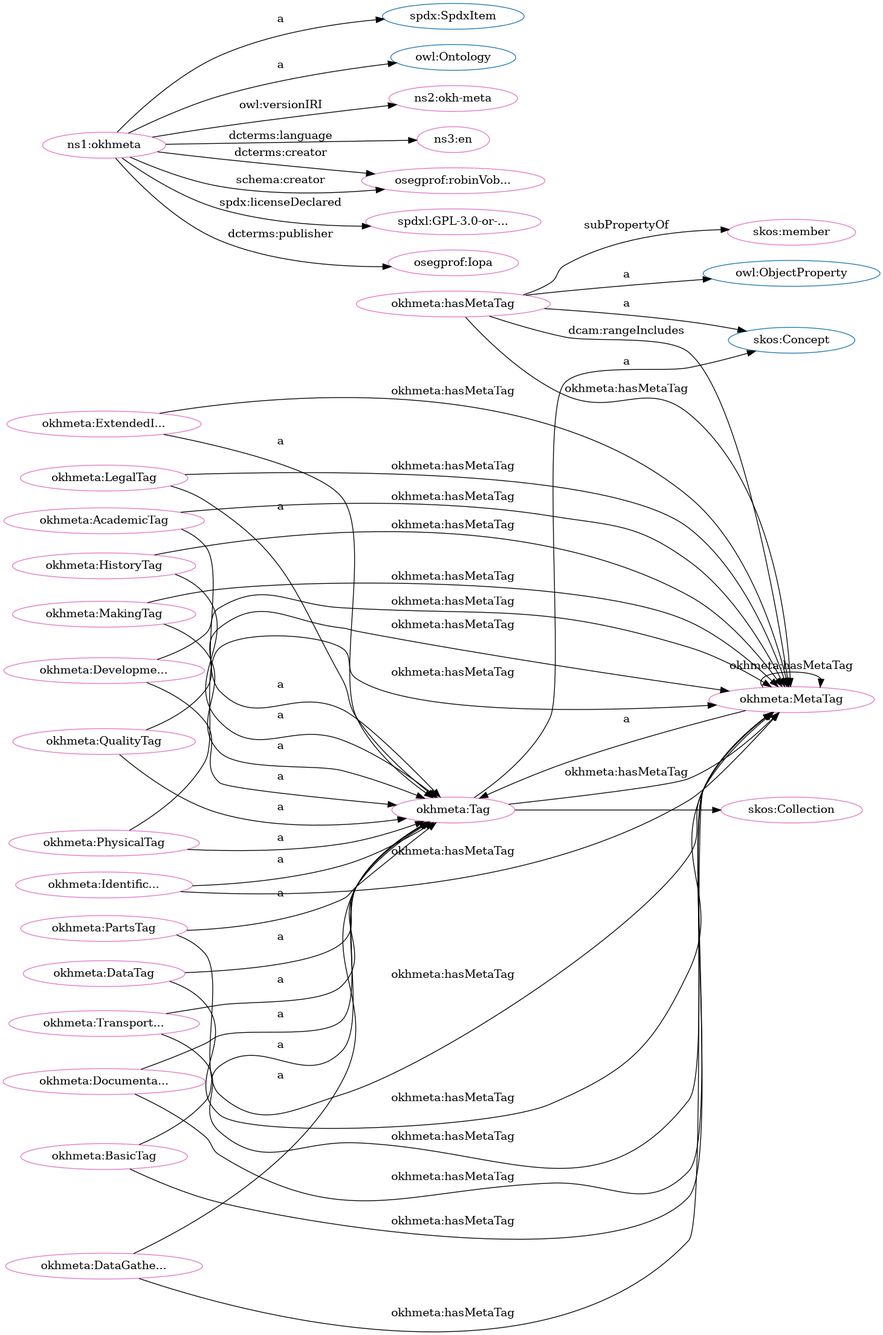
iop-alliance/OpenKnowHow keeps this Graphviz diagram as src/spec/dot_okh-meta.png. Above is the earlier version. Its source is kept beside it as src/spec/dot_okh-meta.dot.
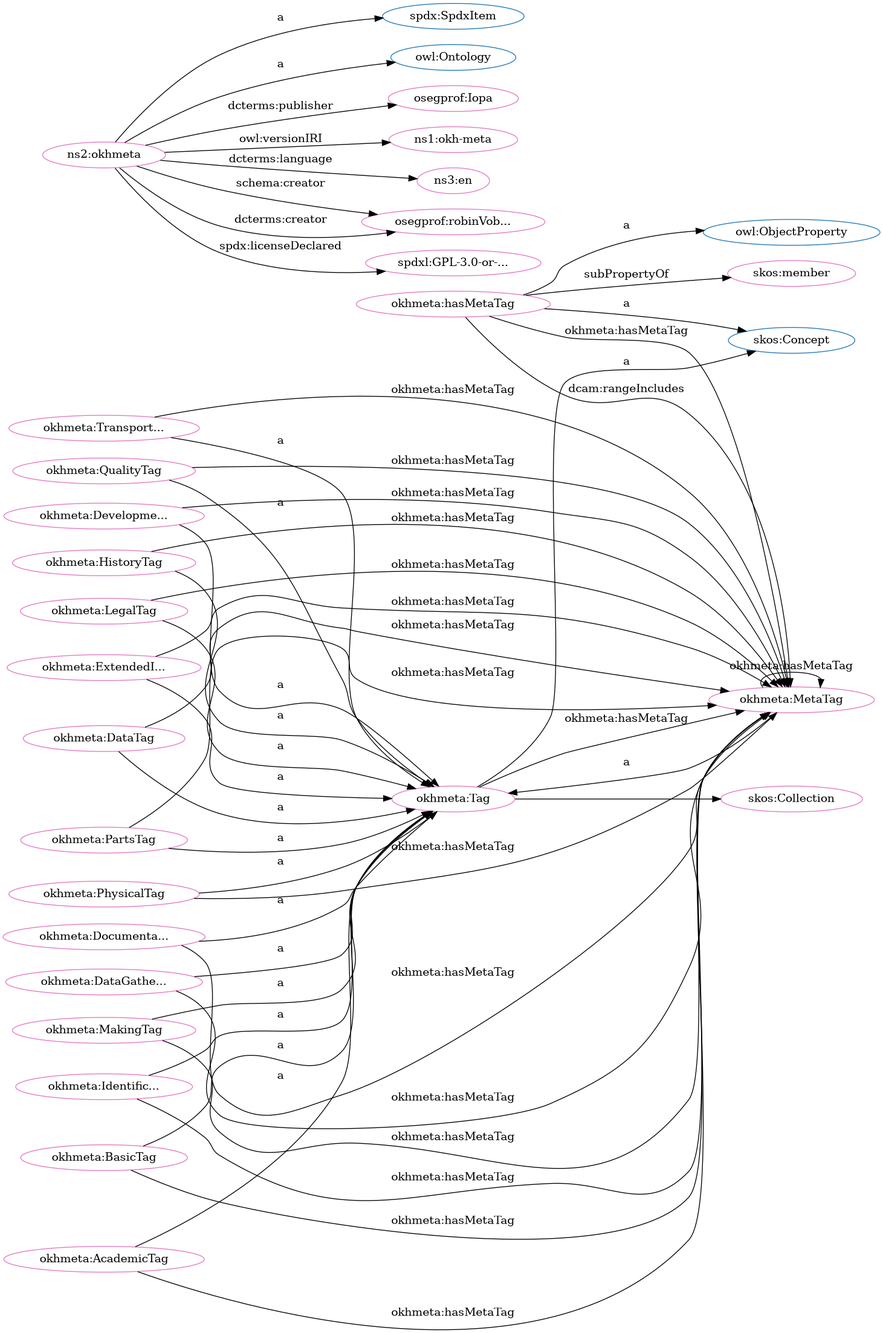
The same file after the commit.

Diff of the diagram source:
```diff
@@ -1,84 +1,84 @@
 digraph G {
   rankdir=BT
   node[height=.3]
-"http://www.w3.org/2004/02/skos/core#Concept" [fillcolor="#1f77b4" color="#1f77b4" label="skos:Concept"]
 "http://w3id.org/oseg/ont/okhmeta#Tag" [fillcolor="#1f77b4" color="#1f77b4" label="okhmeta:Tag"]
 "http://spdx.org/rdf/terms#SpdxItem" [fillcolor="#1f77b4" color="#1f77b4" label="spdx:SpdxItem"]
 "http://www.w3.org/2002/07/owl#Ontology" [fillcolor="#1f77b4" color="#1f77b4" label="owl:Ontology"]
 "http://www.w3.org/2002/07/owl#ObjectProperty" [fillcolor="#1f77b4" color="#1f77b4" label="owl:ObjectProperty"]
 "http://www.w3.org/2004/02/skos/core#Collection" [fillcolor="#1f77b4" color="#1f77b4" label="skos:Collection"]
-"http://w3id.org/oseg/ont/okhmeta" [fillcolor="#e377c2" color="#e377c2" label="ns1:okhmeta"]
-"http://w3id.org/oseg/ont/1.1.0/okh-meta" [fillcolor="#e377c2" color="#e377c2" label="ns2:okh-meta"]
+"http://www.w3.org/2004/02/skos/core#Concept" [fillcolor="#1f77b4" color="#1f77b4" label="skos:Concept"]
+"http://w3id.org/oseg/ont/okhmeta#LegalTag" [fillcolor="#e377c2" color="#e377c2" label="okhmeta:LegalTag"]
+"http://w3id.org/oseg/ont/oseg-profiles#Iopa" [fillcolor="#e377c2" color="#e377c2" label="osegprof:Iopa"]
+"http://w3id.org/oseg/ont/okhmeta#MetaTag" [fillcolor="#e377c2" color="#e377c2" label="okhmeta:MetaTag"]
+"http://w3id.org/oseg/ont/1.1.0/okh-meta" [fillcolor="#e377c2" color="#e377c2" label="ns1:okh-meta"]
+"http://w3id.org/oseg/ont/okhmeta#IdentificationTag" [fillcolor="#e377c2" color="#e377c2" label="okhmeta:Identific..."]
+"http://w3id.org/oseg/ont/okhmeta#TransportationTag" [fillcolor="#e377c2" color="#e377c2" label="okhmeta:Transport..."]
+"http://w3id.org/oseg/ont/okhmeta" [fillcolor="#e377c2" color="#e377c2" label="ns2:okhmeta"]
+"http://id.loc.gov/vocabulary/iso639-1/en" [fillcolor="#e377c2" color="#e377c2" label="ns3:en"]
+"http://w3id.org/oseg/ont/okhmeta#DocumentationTag" [fillcolor="#e377c2" color="#e377c2" label="okhmeta:Documenta..."]
+"http://www.w3.org/2004/02/skos/core#member" [fillcolor="#e377c2" color="#e377c2" label="skos:member"]
+"http://w3id.org/oseg/ont/okhmeta#MakingTag" [fillcolor="#e377c2" color="#e377c2" label="okhmeta:MakingTag"]
+"http://w3id.org/oseg/ont/okhmeta#QualityTag" [fillcolor="#e377c2" color="#e377c2" label="okhmeta:QualityTag"]
+"http://w3id.org/oseg/ont/okhmeta#DevelopmentTag" [fillcolor="#e377c2" color="#e377c2" label="okhmeta:Developme..."]
 "http://w3id.org/oseg/ont/okhmeta#Tag" [fillcolor="#e377c2" color="#e377c2" label="okhmeta:Tag"]
-"http://w3id.org/oseg/ont/okhmeta#MetaTag" [fillcolor="#e377c2" color="#e377c2" label="okhmeta:MetaTag"]
+"http://www.w3.org/2004/02/skos/core#Collection" [fillcolor="#e377c2" color="#e377c2" label="skos:Collection"]
+"http://w3id.org/oseg/ont/okhmeta#PhysicalTag" [fillcolor="#e377c2" color="#e377c2" label="okhmeta:PhysicalTag"]
+"http://w3id.org/oseg/ont/okhmeta#AcademicTag" [fillcolor="#e377c2" color="#e377c2" label="okhmeta:AcademicTag"]
+"http://w3id.org/oseg/ont/oseg-profiles#robinVobruba" [fillcolor="#e377c2" color="#e377c2" label="osegprof:robinVob..."]
+"http://w3id.org/oseg/ont/okhmeta#DataTag" [fillcolor="#e377c2" color="#e377c2" label="okhmeta:DataTag"]
 "http://w3id.org/oseg/ont/okhmeta#hasMetaTag" [fillcolor="#e377c2" color="#e377c2" label="okhmeta:hasMetaTag"]
-"http://w3id.org/oseg/ont/okhmeta#DataTag" [fillcolor="#e377c2" color="#e377c2" label="okhmeta:DataTag"]
-"http://www.w3.org/2004/02/skos/core#member" [fillcolor="#e377c2" color="#e377c2" label="skos:member"]
-"http://id.loc.gov/vocabulary/iso639-1/en" [fillcolor="#e377c2" color="#e377c2" label="ns3:en"]
-"http://w3id.org/oseg/ont/okhmeta#AcademicTag" [fillcolor="#e377c2" color="#e377c2" label="okhmeta:AcademicTag"]
+"http://w3id.org/oseg/ont/okhmeta#BasicTag" [fillcolor="#e377c2" color="#e377c2" label="okhmeta:BasicTag"]
+"http://w3id.org/oseg/ont/okhmeta#PartsTag" [fillcolor="#e377c2" color="#e377c2" label="okhmeta:PartsTag"]
+"http://w3id.org/oseg/ont/okhmeta#DataGatheringTag" [fillcolor="#e377c2" color="#e377c2" label="okhmeta:DataGathe..."]
 "http://w3id.org/oseg/ont/okhmeta#ExtendedInfoTag" [fillcolor="#e377c2" color="#e377c2" label="okhmeta:ExtendedI..."]
-"http://w3id.org/oseg/ont/oseg-profiles#robinVobruba" [fillcolor="#e377c2" color="#e377c2" label="osegprof:robinVob..."]
-"http://w3id.org/oseg/ont/okhmeta#PartsTag" [fillcolor="#e377c2" color="#e377c2" label="okhmeta:PartsTag"]
-"http://w3id.org/oseg/ont/okhmeta#DevelopmentTag" [fillcolor="#e377c2" color="#e377c2" label="okhmeta:Developme..."]
-"http://w3id.org/oseg/ont/okhmeta#LegalTag" [fillcolor="#e377c2" color="#e377c2" label="okhmeta:LegalTag"]
-"http://w3id.org/oseg/ont/okhmeta#BasicTag" [fillcolor="#e377c2" color="#e377c2" label="okhmeta:BasicTag"]
+"http://w3id.org/oseg/ont/okhmeta#HistoryTag" [fillcolor="#e377c2" color="#e377c2" label="okhmeta:HistoryTag"]
 "http://spdx.org/licenses/GPL-3.0-or-later" [fillcolor="#e377c2" color="#e377c2" label="spdxl:GPL-3.0-or-..."]
-"http://w3id.org/oseg/ont/okhmeta#IdentificationTag" [fillcolor="#e377c2" color="#e377c2" label="okhmeta:Identific..."]
-"http://w3id.org/oseg/ont/okhmeta#DataGatheringTag" [fillcolor="#e377c2" color="#e377c2" label="okhmeta:DataGathe..."]
-"http://w3id.org/oseg/ont/okhmeta#QualityTag" [fillcolor="#e377c2" color="#e377c2" label="okhmeta:QualityTag"]
-"http://w3id.org/oseg/ont/okhmeta#DocumentationTag" [fillcolor="#e377c2" color="#e377c2" label="okhmeta:Documenta..."]
-"http://w3id.org/oseg/ont/okhmeta#PhysicalTag" [fillcolor="#e377c2" color="#e377c2" label="okhmeta:PhysicalTag"]
-"http://www.w3.org/2004/02/skos/core#Collection" [fillcolor="#e377c2" color="#e377c2" label="skos:Collection"]
-"http://w3id.org/oseg/ont/okhmeta#MakingTag" [fillcolor="#e377c2" color="#e377c2" label="okhmeta:MakingTag"]
-"http://w3id.org/oseg/ont/oseg-profiles#Iopa" [fillcolor="#e377c2" color="#e377c2" label="osegprof:Iopa"]
-"http://w3id.org/oseg/ont/okhmeta#TransportationTag" [fillcolor="#e377c2" color="#e377c2" label="okhmeta:Transport..."]
-"http://w3id.org/oseg/ont/okhmeta#HistoryTag" [fillcolor="#e377c2" color="#e377c2" label="okhmeta:HistoryTag"]
+  "http://w3id.org/oseg/ont/okhmeta#LegalTag" -> "http://w3id.org/oseg/ont/okhmeta#Tag" [label="a"]
+  "http://w3id.org/oseg/ont/okhmeta" -> "http://w3id.org/oseg/ont/oseg-profiles#Iopa" [label="dcterms:publisher"]
+  "http://w3id.org/oseg/ont/okhmeta#QualityTag" -> "http://w3id.org/oseg/ont/okhmeta#MetaTag" [label="okhmeta:hasMetaTag"]
+  "http://w3id.org/oseg/ont/okhmeta" -> "http://www.w3.org/2002/07/owl#Ontology" [label="a"]
+  "http://w3id.org/oseg/ont/okhmeta" -> "http://id.loc.gov/vocabulary/iso639-1/en" [label="dcterms:language"]
+  "http://w3id.org/oseg/ont/okhmeta#hasMetaTag" -> "http://www.w3.org/2004/02/skos/core#member" [label="subPropertyOf"]
+  "http://w3id.org/oseg/ont/okhmeta#ExtendedInfoTag" -> "http://w3id.org/oseg/ont/okhmeta#MetaTag" [label="okhmeta:hasMetaTag"]
+  "http://w3id.org/oseg/ont/okhmeta#MakingTag" -> "http://w3id.org/oseg/ont/okhmeta#Tag" [label="a"]
+  "http://w3id.org/oseg/ont/okhmeta#DevelopmentTag" -> "http://w3id.org/oseg/ont/okhmeta#Tag" [label="a"]
+  "http://w3id.org/oseg/ont/okhmeta#MetaTag" -> "http://w3id.org/oseg/ont/okhmeta#MetaTag" [label="okhmeta:hasMetaTag"]
+  "http://w3id.org/oseg/ont/okhmeta#Tag" -> "http://www.w3.org/2004/02/skos/core#Collection" [label=""]
+  "http://w3id.org/oseg/ont/okhmeta#LegalTag" -> "http://w3id.org/oseg/ont/okhmeta#MetaTag" [label="okhmeta:hasMetaTag"]
+  "http://w3id.org/oseg/ont/okhmeta#AcademicTag" -> "http://w3id.org/oseg/ont/okhmeta#Tag" [label="a"]
+  "http://w3id.org/oseg/ont/okhmeta#DevelopmentTag" -> "http://w3id.org/oseg/ont/okhmeta#MetaTag" [label="okhmeta:hasMetaTag"]
+  "http://w3id.org/oseg/ont/okhmeta#BasicTag" -> "http://w3id.org/oseg/ont/okhmeta#Tag" [label="a"]
+  "http://w3id.org/oseg/ont/okhmeta" -> "http://w3id.org/oseg/ont/oseg-profiles#robinVobruba" [label="schema:creator"]
+  "http://w3id.org/oseg/ont/okhmeta#PartsTag" -> "http://w3id.org/oseg/ont/okhmeta#Tag" [label="a"]
+  "http://w3id.org/oseg/ont/okhmeta#DataGatheringTag" -> "http://w3id.org/oseg/ont/okhmeta#Tag" [label="a"]
+  "http://w3id.org/oseg/ont/okhmeta#hasMetaTag" -> "http://w3id.org/oseg/ont/okhmeta#MetaTag" [label="okhmeta:hasMetaTag"]
   "http://w3id.org/oseg/ont/okhmeta" -> "http://spdx.org/rdf/terms#SpdxItem" [label="a"]
+  "http://w3id.org/oseg/ont/okhmeta#HistoryTag" -> "http://w3id.org/oseg/ont/okhmeta#Tag" [label="a"]
+  "http://w3id.org/oseg/ont/okhmeta#DataTag" -> "http://w3id.org/oseg/ont/okhmeta#MetaTag" [label="okhmeta:hasMetaTag"]
+  "http://w3id.org/oseg/ont/okhmeta" -> "http://spdx.org/licenses/GPL-3.0-or-later" [label="spdx:licenseDeclared"]
+  "http://w3id.org/oseg/ont/okhmeta#IdentificationTag" -> "http://w3id.org/oseg/ont/okhmeta#MetaTag" [label="okhmeta:hasMetaTag"]
+  "http://w3id.org/oseg/ont/okhmeta#BasicTag" -> "http://w3id.org/oseg/ont/okhmeta#MetaTag" [label="okhmeta:hasMetaTag"]
+  "http://w3id.org/oseg/ont/okhmeta#PartsTag" -> "http://w3id.org/oseg/ont/okhmeta#MetaTag" [label="okhmeta:hasMetaTag"]
+  "http://w3id.org/oseg/ont/okhmeta" -> "http://w3id.org/oseg/ont/1.1.0/okh-meta" [label="owl:versionIRI"]
+  "http://w3id.org/oseg/ont/okhmeta#DocumentationTag" -> "http://w3id.org/oseg/ont/okhmeta#MetaTag" [label="okhmeta:hasMetaTag"]
+  "http://w3id.org/oseg/ont/okhmeta#IdentificationTag" -> "http://w3id.org/oseg/ont/okhmeta#Tag" [label="a"]
+  "http://w3id.org/oseg/ont/okhmeta#TransportationTag" -> "http://w3id.org/oseg/ont/okhmeta#Tag" [label="a"]
+  "http://w3id.org/oseg/ont/okhmeta#DocumentationTag" -> "http://w3id.org/oseg/ont/okhmeta#Tag" [label="a"]
+  "http://w3id.org/oseg/ont/okhmeta#QualityTag" -> "http://w3id.org/oseg/ont/okhmeta#Tag" [label="a"]
+  "http://w3id.org/oseg/ont/okhmeta#AcademicTag" -> "http://w3id.org/oseg/ont/okhmeta#MetaTag" [label="okhmeta:hasMetaTag"]
   "http://w3id.org/oseg/ont/okhmeta#Tag" -> "http://www.w3.org/2004/02/skos/core#Concept" [label="a"]
-  "http://w3id.org/oseg/ont/okhmeta#hasMetaTag" -> "http://w3id.org/oseg/ont/okhmeta#MetaTag" [label="okhmeta:hasMetaTag"]
-  "http://w3id.org/oseg/ont/okhmeta#LegalTag" -> "http://w3id.org/oseg/ont/okhmeta#MetaTag" [label="okhmeta:hasMetaTag"]
+  "http://w3id.org/oseg/ont/okhmeta#PhysicalTag" -> "http://w3id.org/oseg/ont/okhmeta#Tag" [label="a"]
+  "http://w3id.org/oseg/ont/okhmeta#TransportationTag" -> "http://w3id.org/oseg/ont/okhmeta#MetaTag" [label="okhmeta:hasMetaTag"]
+  "http://w3id.org/oseg/ont/okhmeta" -> "http://w3id.org/oseg/ont/oseg-profiles#robinVobruba" [label="dcterms:creator"]
   "http://w3id.org/oseg/ont/okhmeta#DataTag" -> "http://w3id.org/oseg/ont/okhmeta#Tag" [label="a"]
-  "http://w3id.org/oseg/ont/okhmeta#hasMetaTag" -> "http://www.w3.org/2004/02/skos/core#member" [label="subPropertyOf"]
-  "http://w3id.org/oseg/ont/okhmeta#HistoryTag" -> "http://w3id.org/oseg/ont/okhmeta#Tag" [label="a"]
-  "http://w3id.org/oseg/ont/okhmeta#BasicTag" -> "http://w3id.org/oseg/ont/okhmeta#MetaTag" [label="okhmeta:hasMetaTag"]
-  "http://w3id.org/oseg/ont/okhmeta" -> "http://id.loc.gov/vocabulary/iso639-1/en" [label="dcterms:language"]
+  "http://w3id.org/oseg/ont/okhmeta#hasMetaTag" -> "http://www.w3.org/2002/07/owl#ObjectProperty" [label="a"]
+  "http://w3id.org/oseg/ont/okhmeta#hasMetaTag" -> "http://www.w3.org/2004/02/skos/core#Concept" [label="a"]
+  "http://w3id.org/oseg/ont/okhmeta#Tag" -> "http://w3id.org/oseg/ont/okhmeta#MetaTag" [label="okhmeta:hasMetaTag"]
+  "http://w3id.org/oseg/ont/okhmeta#DataGatheringTag" -> "http://w3id.org/oseg/ont/okhmeta#MetaTag" [label="okhmeta:hasMetaTag"]
+  "http://w3id.org/oseg/ont/okhmeta#MakingTag" -> "http://w3id.org/oseg/ont/okhmeta#MetaTag" [label="okhmeta:hasMetaTag"]
+  "http://w3id.org/oseg/ont/okhmeta#hasMetaTag" -> "http://w3id.org/oseg/ont/okhmeta#MetaTag" [label="dcam:rangeIncludes"]
+  "http://w3id.org/oseg/ont/okhmeta#PhysicalTag" -> "http://w3id.org/oseg/ont/okhmeta#MetaTag" [label="okhmeta:hasMetaTag"]
+  "http://w3id.org/oseg/ont/okhmeta#ExtendedInfoTag" -> "http://w3id.org/oseg/ont/okhmeta#Tag" [label="a"]
+  "http://w3id.org/oseg/ont/okhmeta#HistoryTag" -> "http://w3id.org/oseg/ont/okhmeta#MetaTag" [label="okhmeta:hasMetaTag"]
   "http://w3id.org/oseg/ont/okhmeta#MetaTag" -> "http://w3id.org/oseg/ont/okhmeta#Tag" [label="a"]
-  "http://w3id.org/oseg/ont/okhmeta#ExtendedInfoTag" -> "http://w3id.org/oseg/ont/okhmeta#MetaTag" [label="okhmeta:hasMetaTag"]
-  "http://w3id.org/oseg/ont/okhmeta#ExtendedInfoTag" -> "http://w3id.org/oseg/ont/okhmeta#Tag" [label="a"]
-  "http://w3id.org/oseg/ont/okhmeta#PartsTag" -> "http://w3id.org/oseg/ont/okhmeta#MetaTag" [label="okhmeta:hasMetaTag"]
-  "http://w3id.org/oseg/ont/okhmeta#PartsTag" -> "http://w3id.org/oseg/ont/okhmeta#Tag" [label="a"]
-  "http://w3id.org/oseg/ont/okhmeta#MetaTag" -> "http://w3id.org/oseg/ont/okhmeta#MetaTag" [label="okhmeta:hasMetaTag"]
-  "http://w3id.org/oseg/ont/okhmeta#hasMetaTag" -> "http://www.w3.org/2004/02/skos/core#Concept" [label="a"]
-  "http://w3id.org/oseg/ont/okhmeta#DevelopmentTag" -> "http://w3id.org/oseg/ont/okhmeta#Tag" [label="a"]
-  "http://w3id.org/oseg/ont/okhmeta#AcademicTag" -> "http://w3id.org/oseg/ont/okhmeta#MetaTag" [label="okhmeta:hasMetaTag"]
-  "http://w3id.org/oseg/ont/okhmeta#DataGatheringTag" -> "http://w3id.org/oseg/ont/okhmeta#MetaTag" [label="okhmeta:hasMetaTag"]
-  "http://w3id.org/oseg/ont/okhmeta#DocumentationTag" -> "http://w3id.org/oseg/ont/okhmeta#MetaTag" [label="okhmeta:hasMetaTag"]
-  "http://w3id.org/oseg/ont/okhmeta#DataGatheringTag" -> "http://w3id.org/oseg/ont/okhmeta#Tag" [label="a"]
-  "http://w3id.org/oseg/ont/okhmeta#QualityTag" -> "http://w3id.org/oseg/ont/okhmeta#Tag" [label="a"]
-  "http://w3id.org/oseg/ont/okhmeta#DocumentationTag" -> "http://w3id.org/oseg/ont/okhmeta#Tag" [label="a"]
-  "http://w3id.org/oseg/ont/okhmeta#IdentificationTag" -> "http://w3id.org/oseg/ont/okhmeta#MetaTag" [label="okhmeta:hasMetaTag"]
-  "http://w3id.org/oseg/ont/okhmeta#PhysicalTag" -> "http://w3id.org/oseg/ont/okhmeta#Tag" [label="a"]
-  "http://w3id.org/oseg/ont/okhmeta#DataTag" -> "http://w3id.org/oseg/ont/okhmeta#MetaTag" [label="okhmeta:hasMetaTag"]
-  "http://w3id.org/oseg/ont/okhmeta#MakingTag" -> "http://w3id.org/oseg/ont/okhmeta#Tag" [label="a"]
-  "http://w3id.org/oseg/ont/okhmeta" -> "http://w3id.org/oseg/ont/1.1.0/okh-meta" [label="owl:versionIRI"]
-  "http://w3id.org/oseg/ont/okhmeta#hasMetaTag" -> "http://www.w3.org/2002/07/owl#ObjectProperty" [label="a"]
-  "http://w3id.org/oseg/ont/okhmeta#QualityTag" -> "http://w3id.org/oseg/ont/okhmeta#MetaTag" [label="okhmeta:hasMetaTag"]
-  "http://w3id.org/oseg/ont/okhmeta#PhysicalTag" -> "http://w3id.org/oseg/ont/okhmeta#MetaTag" [label="okhmeta:hasMetaTag"]
-  "http://w3id.org/oseg/ont/okhmeta#MakingTag" -> "http://w3id.org/oseg/ont/okhmeta#MetaTag" [label="okhmeta:hasMetaTag"]
-  "http://w3id.org/oseg/ont/okhmeta#AcademicTag" -> "http://w3id.org/oseg/ont/okhmeta#Tag" [label="a"]
-  "http://w3id.org/oseg/ont/okhmeta" -> "http://w3id.org/oseg/ont/oseg-profiles#robinVobruba" [label="dcterms:creator"]
-  "http://w3id.org/oseg/ont/okhmeta#TransportationTag" -> "http://w3id.org/oseg/ont/okhmeta#MetaTag" [label="okhmeta:hasMetaTag"]
-  "http://w3id.org/oseg/ont/okhmeta#Tag" -> "http://w3id.org/oseg/ont/okhmeta#MetaTag" [label="okhmeta:hasMetaTag"]
-  "http://w3id.org/oseg/ont/okhmeta" -> "http://w3id.org/oseg/ont/oseg-profiles#robinVobruba" [label="schema:creator"]
-  "http://w3id.org/oseg/ont/okhmeta#hasMetaTag" -> "http://w3id.org/oseg/ont/okhmeta#MetaTag" [label="dcam:rangeIncludes"]
-  "http://w3id.org/oseg/ont/okhmeta#LegalTag" -> "http://w3id.org/oseg/ont/okhmeta#Tag" [label="a"]
-  "http://w3id.org/oseg/ont/okhmeta#BasicTag" -> "http://w3id.org/oseg/ont/okhmeta#Tag" [label="a"]
-  "http://w3id.org/oseg/ont/okhmeta#DevelopmentTag" -> "http://w3id.org/oseg/ont/okhmeta#MetaTag" [label="okhmeta:hasMetaTag"]
-  "http://w3id.org/oseg/ont/okhmeta" -> "http://spdx.org/licenses/GPL-3.0-or-later" [label="spdx:licenseDeclared"]
-  "http://w3id.org/oseg/ont/okhmeta#IdentificationTag" -> "http://w3id.org/oseg/ont/okhmeta#Tag" [label="a"]
-  "http://w3id.org/oseg/ont/okhmeta#Tag" -> "http://www.w3.org/2004/02/skos/core#Collection" [label=""]
-  "http://w3id.org/oseg/ont/okhmeta" -> "http://w3id.org/oseg/ont/oseg-profiles#Iopa" [label="dcterms:publisher"]
-  "http://w3id.org/oseg/ont/okhmeta#TransportationTag" -> "http://w3id.org/oseg/ont/okhmeta#Tag" [label="a"]
-  "http://w3id.org/oseg/ont/okhmeta#HistoryTag" -> "http://w3id.org/oseg/ont/okhmeta#MetaTag" [label="okhmeta:hasMetaTag"]
-  "http://w3id.org/oseg/ont/okhmeta" -> "http://www.w3.org/2002/07/owl#Ontology" [label="a"]
 }
```
